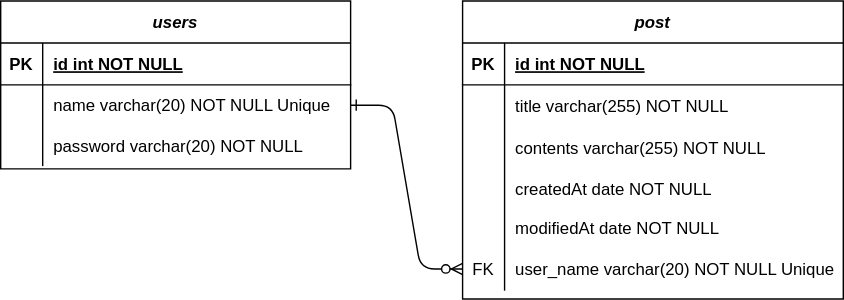
Earlier version of the draw.io export DB Structure.drawio.svg (Chaeyounglim/myBlog). Source tidied: cells renumbered, new cells last; positions are measured from the earlier drawing's top-left corner, leaving out a move shared by most shapes.
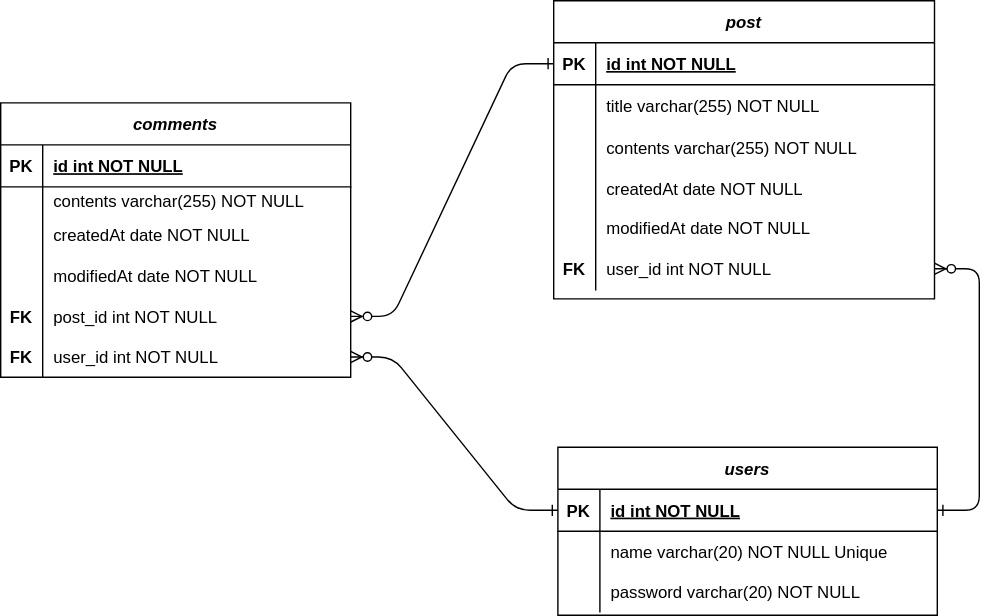
Later version of the same file.

Diff of the diagram source:
```diff
@@ -2,11 +2,11 @@
   <root>
     <mxCell id="0" />
     <mxCell id="1" parent="0" />
-    <mxCell id="2" style="edgeStyle=entityRelationEdgeStyle;endArrow=ERzeroToMany;startArrow=ERone;endFill=1;startFill=0;exitX=1;exitY=0.5;exitDx=0;exitDy=0;" parent="1" edge="1" source="26" target="19">
+    <mxCell id="2" style="edgeStyle=entityRelationEdgeStyle;endArrow=ERzeroToMany;startArrow=ERone;endFill=1;startFill=0;" parent="1" edge="1" source="23" target="19">
       <mxGeometry relative="1" as="geometry" />
     </mxCell>
     <mxCell id="3" value="post" style="shape=table;startSize=30;rowLines=0;fontStyle=3;align=center;" parent="1" vertex="1">
-      <mxGeometry x="330" width="272" height="213" as="geometry" />
+      <mxGeometry x="346" y="102" width="272" height="213" as="geometry" />
     </mxCell>
     <mxCell id="4" style="shape=partialRectangle;fillColor=none;points=[[0,0.5],[1,0.5]];portConstraint=eastwest;top=0;left=0;right=0;bottom=1;" parent="3" vertex="1">
       <mxGeometry y="30" width="272" height="30" as="geometry" />
@@ -56,41 +56,114 @@
     <mxCell id="19" style="shape=partialRectangle;fillColor=none;points=[[0,0.5],[1,0.5]];portConstraint=eastwest;top=0;left=0;right=0;bottom=0;" parent="3" vertex="1">
       <mxGeometry y="176" width="272" height="31" as="geometry" />
     </mxCell>
-    <mxCell id="20" value="FK" style="shape=partialRectangle;overflow=hidden;fillColor=none;top=0;left=0;bottom=0;right=0;" parent="19" vertex="1">
+    <mxCell id="20" value="FK" style="shape=partialRectangle;overflow=hidden;fillColor=none;top=0;left=0;bottom=0;right=0;fontStyle=1;" parent="19" vertex="1">
       <mxGeometry width="30" height="31" as="geometry" />
     </mxCell>
-    <mxCell id="21" value="user_name varchar(20) NOT NULL Unique" style="shape=partialRectangle;overflow=hidden;fillColor=none;top=0;left=0;bottom=0;right=0;align=left;spacingLeft=6;" parent="19" vertex="1">
+    <mxCell id="21" value="user_id int NOT NULL" style="shape=partialRectangle;overflow=hidden;fillColor=none;top=0;left=0;bottom=0;right=0;align=left;spacingLeft=6;" parent="19" vertex="1">
       <mxGeometry x="30" width="242" height="31" as="geometry" />
     </mxCell>
     <mxCell id="22" value="users" style="shape=table;startSize=30;rowLines=0;fontStyle=3;align=center;" parent="1" vertex="1">
-      <mxGeometry width="250" height="120" as="geometry" />
+      <mxGeometry x="349" y="421" width="271" height="120" as="geometry" />
     </mxCell>
     <mxCell id="23" style="shape=partialRectangle;fillColor=none;points=[[0,0.5],[1,0.5]];portConstraint=eastwest;top=0;left=0;right=0;bottom=1;" parent="22" vertex="1">
-      <mxGeometry y="30" width="250" height="30" as="geometry" />
+      <mxGeometry y="30" width="271" height="30" as="geometry" />
     </mxCell>
     <mxCell id="24" value="PK" style="shape=partialRectangle;overflow=hidden;fillColor=none;top=0;left=0;bottom=0;right=0;fontStyle=1;" parent="23" vertex="1">
       <mxGeometry width="30" height="30" as="geometry" />
     </mxCell>
     <mxCell id="25" value="id int NOT NULL " style="shape=partialRectangle;overflow=hidden;fillColor=none;top=0;left=0;bottom=0;right=0;align=left;spacingLeft=6;fontStyle=5;" parent="23" vertex="1">
-      <mxGeometry x="30" width="220" height="30" as="geometry" />
+      <mxGeometry x="30" width="241" height="30" as="geometry" />
     </mxCell>
     <mxCell id="26" style="shape=partialRectangle;fillColor=none;points=[[0,0.5],[1,0.5]];portConstraint=eastwest;top=0;left=0;right=0;bottom=0;" parent="22" vertex="1">
-      <mxGeometry y="60" width="250" height="29" as="geometry" />
+      <mxGeometry y="60" width="271" height="29" as="geometry" />
     </mxCell>
     <mxCell id="27" style="shape=partialRectangle;overflow=hidden;fillColor=none;top=0;left=0;bottom=0;right=0;" parent="26" vertex="1">
       <mxGeometry width="30" height="29" as="geometry" />
     </mxCell>
     <mxCell id="28" value="name varchar(20) NOT NULL Unique" style="shape=partialRectangle;overflow=hidden;fillColor=none;top=0;left=0;bottom=0;right=0;align=left;spacingLeft=6;" parent="26" vertex="1">
-      <mxGeometry x="30" width="220" height="29" as="geometry" />
+      <mxGeometry x="30" width="241" height="29" as="geometry" />
     </mxCell>
     <mxCell id="29" style="shape=partialRectangle;fillColor=none;top=0;left=0;right=0;bottom=0;" parent="22" vertex="1">
-      <mxGeometry y="89" width="250" height="29" as="geometry" />
+      <mxGeometry y="89" width="271" height="29" as="geometry" />
     </mxCell>
     <mxCell id="30" style="shape=partialRectangle;overflow=hidden;fillColor=none;top=0;left=0;bottom=0;right=0;" parent="29" vertex="1">
       <mxGeometry width="30" height="29" as="geometry" />
     </mxCell>
     <mxCell id="31" value="password varchar(20) NOT NULL" style="shape=partialRectangle;overflow=hidden;fillColor=none;top=0;left=0;bottom=0;right=0;align=left;spacingLeft=6;" parent="29" vertex="1">
-      <mxGeometry x="30" width="220" height="29" as="geometry" />
+      <mxGeometry x="30" width="241" height="29" as="geometry" />
     </mxCell>
+    <mxCell id="32" value="comments" style="shape=table;startSize=30;rowLines=0;fontStyle=3;align=center;" parent="1" vertex="1">
+      <mxGeometry x="-49" y="175" width="250" height="196" as="geometry" />
+    </mxCell>
+    <mxCell id="33" style="shape=partialRectangle;fillColor=none;top=0;left=0;right=0;bottom=1;" parent="32" vertex="1">
+      <mxGeometry y="30" width="250" height="30" as="geometry" />
+    </mxCell>
+    <mxCell id="34" value="PK" style="shape=partialRectangle;overflow=hidden;fillColor=none;top=0;left=0;bottom=0;right=0;fontStyle=1;" parent="33" vertex="1">
+      <mxGeometry width="30" height="30" as="geometry" />
+    </mxCell>
+    <mxCell id="35" value="id int NOT NULL " style="shape=partialRectangle;overflow=hidden;fillColor=none;top=0;left=0;bottom=0;right=0;align=left;spacingLeft=6;fontStyle=5;" parent="33" vertex="1">
+      <mxGeometry x="30" width="220" height="30" as="geometry" />
+    </mxCell>
+    <mxCell id="36" style="shape=partialRectangle;fillColor=none;top=0;left=0;right=0;bottom=0;" parent="32" vertex="1">
+      <mxGeometry y="60" width="250" height="20" as="geometry" />
+    </mxCell>
+    <mxCell id="37" style="shape=partialRectangle;overflow=hidden;fillColor=none;top=0;left=0;bottom=0;right=0;" parent="36" vertex="1">
+      <mxGeometry width="30" height="20" as="geometry" />
+    </mxCell>
+    <mxCell id="38" value="contents varchar(255) NOT NULL" style="shape=partialRectangle;overflow=hidden;fillColor=none;top=0;left=0;bottom=0;right=0;align=left;spacingLeft=6;" parent="36" vertex="1">
+      <mxGeometry x="30" width="220" height="20" as="geometry" />
+    </mxCell>
+    <mxCell id="39" style="shape=partialRectangle;fillColor=none;top=0;left=0;right=0;bottom=0;" parent="32" vertex="1">
+      <mxGeometry y="80" width="250" height="29" as="geometry" />
+    </mxCell>
+    <mxCell id="40" style="shape=partialRectangle;overflow=hidden;fillColor=none;top=0;left=0;bottom=0;right=0;" parent="39" vertex="1">
+      <mxGeometry width="30" height="29" as="geometry" />
+    </mxCell>
+    <mxCell id="41" value="createdAt date NOT NULL" style="shape=partialRectangle;overflow=hidden;fillColor=none;top=0;left=0;bottom=0;right=0;align=left;spacingLeft=6;" parent="39" vertex="1">
+      <mxGeometry x="30" width="220" height="29" as="geometry" />
+    </mxCell>
+    <mxCell id="42" style="shape=partialRectangle;fillColor=none;top=0;left=0;right=0;bottom=0;" parent="32" vertex="1">
+      <mxGeometry y="109" width="250" height="29" as="geometry" />
+    </mxCell>
+    <mxCell id="43" style="shape=partialRectangle;overflow=hidden;fillColor=none;top=0;left=0;bottom=0;right=0;" parent="42" vertex="1">
+      <mxGeometry width="30" height="29" as="geometry" />
+    </mxCell>
+    <mxCell id="44" value="modifiedAt date NOT NULL" style="shape=partialRectangle;overflow=hidden;fillColor=none;top=0;left=0;bottom=0;right=0;align=left;spacingLeft=6;" parent="42" vertex="1">
+      <mxGeometry x="30" width="220" height="29" as="geometry" />
+    </mxCell>
+    <mxCell id="45" style="shape=partialRectangle;fillColor=none;points=[[0,0.5],[1,0.5]];portConstraint=eastwest;top=0;left=0;right=0;bottom=0;" parent="32" vertex="1">
+      <mxGeometry y="138" width="250" height="29" as="geometry" />
+    </mxCell>
+    <mxCell id="46" value="FK" style="shape=partialRectangle;overflow=hidden;fillColor=none;top=0;left=0;bottom=0;right=0;fontStyle=1;" parent="45" vertex="1">
+      <mxGeometry width="30" height="29" as="geometry" />
+    </mxCell>
+    <mxCell id="47" value="post_id int NOT NULL" style="shape=partialRectangle;overflow=hidden;fillColor=none;top=0;left=0;bottom=0;right=0;align=left;spacingLeft=6;" parent="45" vertex="1">
+      <mxGeometry x="30" width="220" height="29" as="geometry" />
+    </mxCell>
+    <mxCell id="48" style="shape=partialRectangle;fillColor=none;points=[[0,0.5],[1,0.5]];portConstraint=eastwest;top=0;left=0;right=0;bottom=0;" parent="32" vertex="1">
+      <mxGeometry y="167" width="250" height="29" as="geometry" />
+    </mxCell>
+    <mxCell id="49" value="FK" style="shape=partialRectangle;overflow=hidden;fillColor=none;top=0;left=0;bottom=0;right=0;fontStyle=1;" parent="48" vertex="1">
+      <mxGeometry width="30" height="29" as="geometry" />
+    </mxCell>
+    <mxCell id="50" value="user_id int NOT NULL" style="shape=partialRectangle;overflow=hidden;fillColor=none;top=0;left=0;bottom=0;right=0;align=left;spacingLeft=6;" parent="48" vertex="1">
+      <mxGeometry x="30" width="220" height="29" as="geometry" />
+    </mxCell>
+    <mxCell id="51" style="edgeStyle=entityRelationEdgeStyle;endArrow=ERzeroToMany;startArrow=ERone;endFill=1;startFill=0;entryX=1;entryY=0.5;entryDx=0;entryDy=0;exitX=0;exitY=0.5;exitDx=0;exitDy=0;" parent="1" edge="1" source="4" target="45">
+      <mxGeometry relative="1" as="geometry">
+        <Array as="points">
+          <mxPoint x="869" y="83" />
+          <mxPoint x="872" y="67" />
+          <mxPoint x="892" y="123" />
+          <mxPoint x="901" y="196" />
+          <mxPoint x="810" y="144.5" />
+          <mxPoint x="841" y="149.5" />
+          <mxPoint x="826" y="148.5" />
+        </Array>
+      </mxGeometry>
+    </mxCell>
+    <mxCell id="52" style="edgeStyle=entityRelationEdgeStyle;fontSize=12;html=1;endArrow=ERzeroToMany;endFill=1;rounded=1;startArrow=ERone;startFill=0;entryX=1;entryY=0.5;entryDx=0;entryDy=0;" parent="1" edge="1" source="23" target="48">
+      <mxGeometry relative="1" as="geometry" />
+    </mxCell>
   </root>
 </mxGraphModel>
```
